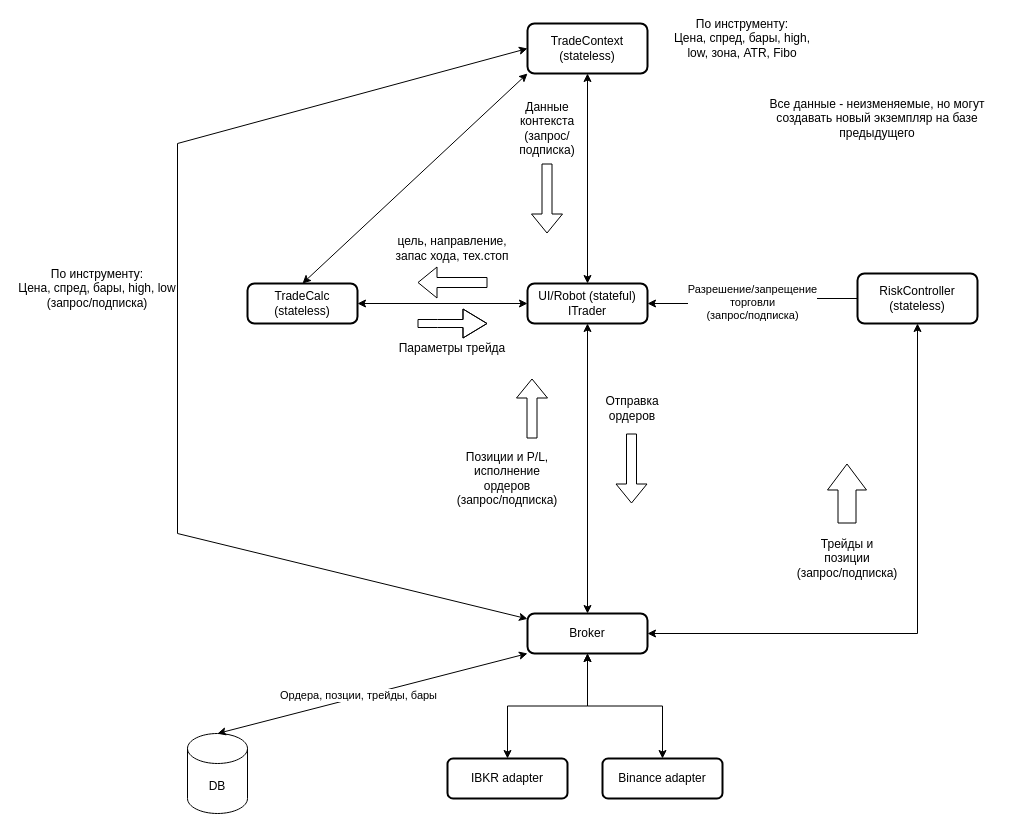
The draw.io diagram architechture.drawio in utamons/trade, before the edit. Source tidied: cells renumbered, new cells numbered last; positions are measured from the earlier drawing's top-left corner, leaving out a move shared by most shapes. Both pictures are drawn from the tidied source at 100%, with x=0, y=0 at pixel (17, 23).
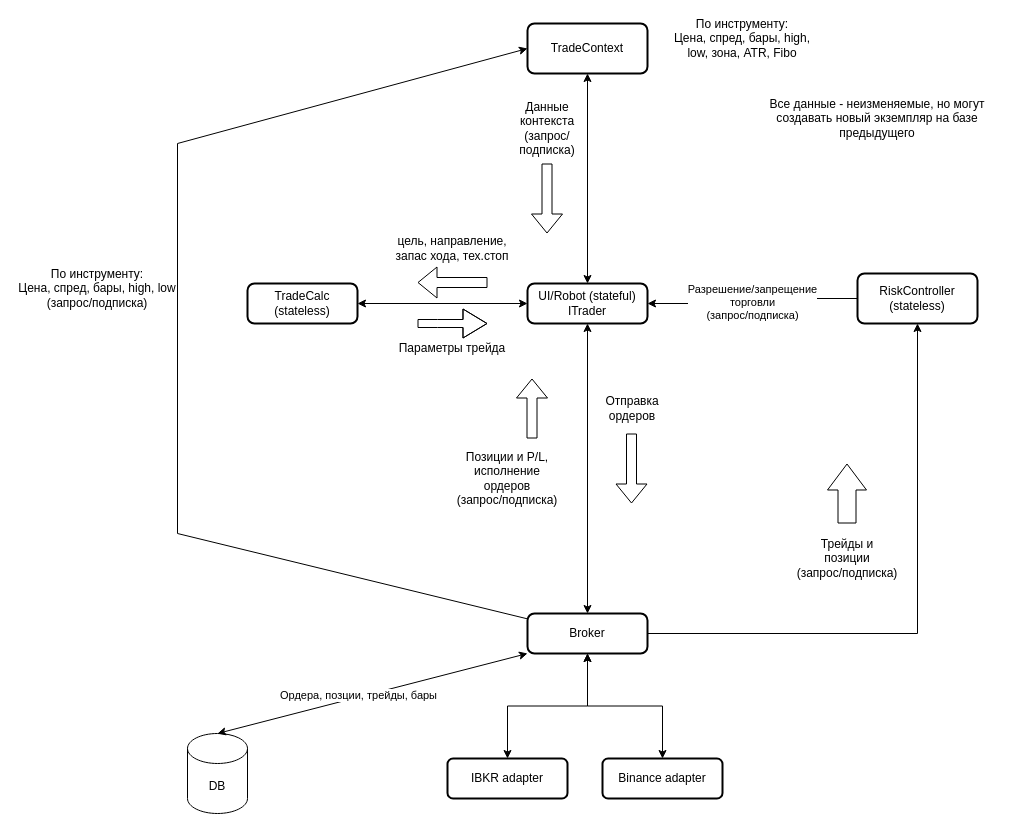
Above is the later version.

The change refers to these unchanged cells:
```xml
<mxCell id="3" value="TradeCalc&lt;div&gt;(stateless)&lt;/div&gt;" style="rounded=1;whiteSpace=wrap;html=1;absoluteArcSize=1;arcSize=14;strokeWidth=2;" parent="1" vertex="1">
  <mxGeometry x="230" y="260" width="110" height="40" as="geometry" />
</mxCell>
<mxCell id="9" value="RiskController&lt;div&gt;(stateless)&lt;/div&gt;" style="rounded=1;whiteSpace=wrap;html=1;absoluteArcSize=1;arcSize=14;strokeWidth=2;" parent="1" vertex="1">
  <mxGeometry x="840" y="250" width="120" height="50" as="geometry" />
</mxCell>
<mxCell id="13" value="Broker" style="rounded=1;whiteSpace=wrap;html=1;absoluteArcSize=1;arcSize=14;strokeWidth=2;" parent="1" vertex="1">
  <mxGeometry x="510" y="590" width="120" height="40" as="geometry" />
</mxCell>
```

Diff of the diagram source:
```diff
@@
-    <mxCell id="2" value="TradeContext&lt;div&gt;(stateless)&lt;/div&gt;" style="rounded=1;whiteSpace=wrap;html=1;absoluteArcSize=1;arcSize=14;strokeWidth=2;" parent="1" vertex="1">
+    <mxCell id="2" value="TradeContext" style="rounded=1;whiteSpace=wrap;html=1;absoluteArcSize=1;arcSize=14;strokeWidth=2;" parent="1" vertex="1">
       <mxGeometry x="510" width="120" height="50" as="geometry" />
     </mxCell>
@@
-    <mxCell id="8" style="edgeStyle=orthogonalEdgeStyle;rounded=0;jettySize=auto;html=1;entryX=1;entryY=0.5;entryDx=0;entryDy=0;exitX=0.5;exitY=1;exitDx=0;exitDy=0;startArrow=classic;startFill=1;" parent="1" edge="1" source="9" target="13">
+    <mxCell id="8" style="edgeStyle=orthogonalEdgeStyle;rounded=0;jettySize=auto;html=1;entryX=1;entryY=0.5;entryDx=0;entryDy=0;exitX=0.5;exitY=1;exitDx=0;exitDy=0;startArrow=classic;startFill=1;endArrow=none;endFill=0;" parent="1" edge="1" source="9" target="13">
       <mxGeometry relative="1" as="geometry">
         <Array as="points">
           <mxPoint x="900" y="610" />
         </Array>
       </mxGeometry>
     </mxCell>
@@
-    <mxCell id="31" style="endArrow=classic;startArrow=classic;html=1;rounded=0;entryX=0;entryY=1;entryDx=0;entryDy=0;exitX=0.5;exitY=0;exitDx=0;exitDy=0;" parent="1" edge="1" source="3" target="2">
-      <mxGeometry relative="1" as="geometry" />
-    </mxCell>
@@
-    <mxCell id="34" style="endArrow=classic;html=1;rounded=0;exitX=0;exitY=0.5;exitDx=0;exitDy=0;startArrow=classic;startFill=1;" parent="1" edge="1" source="2" target="13">
+    <mxCell id="34" style="endArrow=none;html=1;rounded=0;exitX=0;exitY=0.5;exitDx=0;exitDy=0;startArrow=classic;startFill=1;endFill=0;" parent="1" edge="1" source="2" target="13">
       <mxGeometry relative="1" as="geometry">
         <Array as="points">
           <mxPoint x="160" y="120" />
           <mxPoint x="160" y="510" />
         </Array>
       </mxGeometry>
     </mxCell>
```
